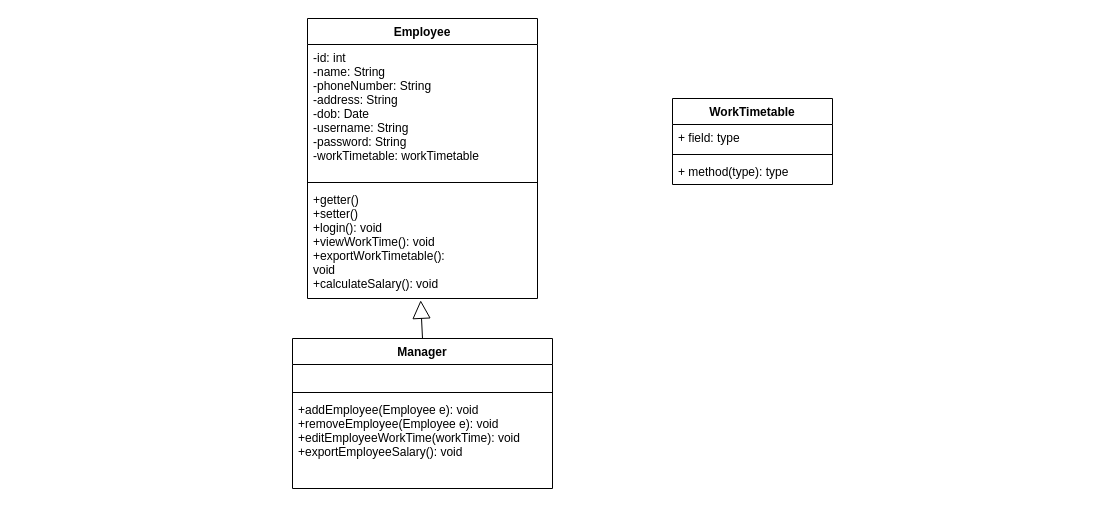
Above: Diagram/Class Diagram.drawio in hakunhan/employee_management (draw.io), before the change. Source tidied: cells renumbered, new cells numbered last; positions are measured from the earlier drawing's top-left corner, leaving out a move shared by most shapes. Both pictures are drawn from the tidied source at 100%, with x=0, y=0 at pixel (292, 18).
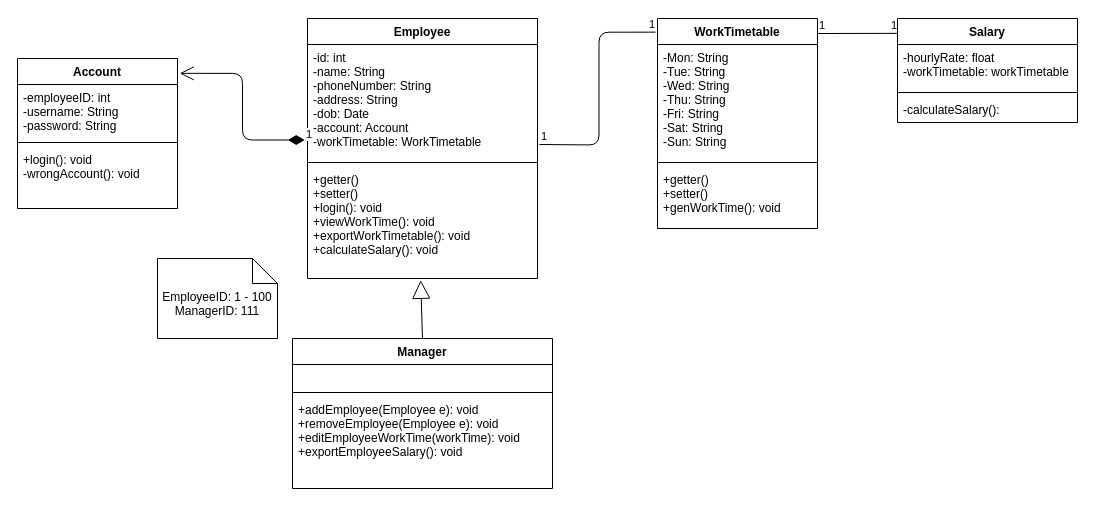
After the change.

Change to the diagram source:
```diff
@@
     <mxCell id="2" value="Employee" style="swimlane;fontStyle=1;align=center;verticalAlign=top;horizontal=1;startSize=26;" parent="1" vertex="1">
-      <mxGeometry x="15" width="230" height="280" as="geometry" />
+      <mxGeometry x="15" width="230" height="260" as="geometry" />
     </mxCell>
-    <mxCell id="3" value="-id: int&#10;-name: String &#10;-phoneNumber: String &#10;-address: String &#10;-dob: Date &#10;-username: String &#10;-password: String&#10;-workTimetable: workTimetable&#10;&#10;&#10;&#10;" style="text;strokeColor=none;fillColor=none;align=left;verticalAlign=top;spacingLeft=4;spacingRight=4;overflow=hidden;points=[[0,0.5],[1,0.5]];portConstraint=eastwest;labelBackgroundColor=#ffffff;" parent="2" vertex="1">
-      <mxGeometry y="26" width="230" height="134" as="geometry" />
+    <mxCell id="3" value="-id: int&#10;-name: String &#10;-phoneNumber: String &#10;-address: String &#10;-dob: Date &#10;-account: Account&#10;-workTimetable: WorkTimetable&#10;&#10;&#10;&#10;" style="text;strokeColor=none;fillColor=none;align=left;verticalAlign=top;spacingLeft=4;spacingRight=4;overflow=hidden;points=[[0,0.5],[1,0.5]];portConstraint=eastwest;labelBackgroundColor=#ffffff;" parent="2" vertex="1">
+      <mxGeometry y="26" width="230" height="114" as="geometry" />
     </mxCell>
     <mxCell id="4" style="line;strokeWidth=1;fillColor=none;align=left;verticalAlign=middle;spacingTop=-1;spacingLeft=3;spacingRight=3;labelPosition=right;" parent="2" vertex="1">
-      <mxGeometry y="160" width="230" height="8" as="geometry" />
+      <mxGeometry y="140" width="230" height="8" as="geometry" />
     </mxCell>
-    <mxCell id="5" value="+getter()&#10;+setter()&#10;+login(): void&#10;+viewWorkTime(): void&#10;+exportWorkTimetable():&#10;void&#10;+calculateSalary(): void&#10;" style="text;strokeColor=none;fillColor=none;align=left;verticalAlign=top;spacingLeft=4;spacingRight=4;overflow=hidden;points=[[0,0.5],[1,0.5]];portConstraint=eastwest;" parent="2" vertex="1">
-      <mxGeometry y="168" width="230" height="112" as="geometry" />
+    <mxCell id="5" value="+getter()&#10;+setter()&#10;+login(): void&#10;+viewWorkTime(): void&#10;+exportWorkTimetable(): void&#10;+calculateSalary(): void&#10;" style="text;strokeColor=none;fillColor=none;align=left;verticalAlign=top;spacingLeft=4;spacingRight=4;overflow=hidden;points=[[0,0.5],[1,0.5]];portConstraint=eastwest;" parent="2" vertex="1">
+      <mxGeometry y="148" width="230" height="112" as="geometry" />
     </mxCell>
@@
     <mxCell id="11" value="WorkTimetable" style="swimlane;fontStyle=1;align=center;verticalAlign=top;horizontal=1;startSize=26;labelBackgroundColor=#ffffff;" parent="1" vertex="1">
-      <mxGeometry x="380" y="80" width="160" height="86" as="geometry" />
+      <mxGeometry x="365" width="160" height="210" as="geometry" />
     </mxCell>
-    <mxCell id="12" value="+ field: type" style="text;strokeColor=none;fillColor=none;align=left;verticalAlign=top;spacingLeft=4;spacingRight=4;overflow=hidden;" parent="11" vertex="1">
-      <mxGeometry y="26" width="160" height="26" as="geometry" />
+    <mxCell id="12" value="-Mon: String&#10;-Tue: String&#10;-Wed: String&#10;-Thu: String&#10;-Fri: String&#10;-Sat: String&#10;-Sun: String&#10;" style="text;strokeColor=none;fillColor=none;align=left;verticalAlign=top;spacingLeft=4;spacingRight=4;overflow=hidden;" parent="11" vertex="1">
+      <mxGeometry y="26" width="160" height="114" as="geometry" />
     </mxCell>
     <mxCell id="13" style="line;strokeWidth=1;fillColor=none;align=left;verticalAlign=middle;spacingTop=-1;spacingLeft=3;spacingRight=3;labelPosition=right;" parent="11" vertex="1">
-      <mxGeometry y="52" width="160" height="8" as="geometry" />
+      <mxGeometry y="140" width="160" height="8" as="geometry" />
     </mxCell>
-    <mxCell id="14" value="+ method(type): type" style="text;strokeColor=none;fillColor=none;align=left;verticalAlign=top;spacingLeft=4;spacingRight=4;overflow=hidden;" parent="11" vertex="1">
-      <mxGeometry y="60" width="160" height="26" as="geometry" />
+    <mxCell id="14" value="+getter()&#10;+setter()&#10;+genWorkTime(): void&#10;" style="text;strokeColor=none;fillColor=none;align=left;verticalAlign=top;spacingLeft=4;spacingRight=4;overflow=hidden;" parent="11" vertex="1">
+      <mxGeometry y="148" width="160" height="62" as="geometry" />
     </mxCell>
+    <mxCell id="15" value="Account" style="swimlane;fontStyle=1;align=center;verticalAlign=top;horizontal=1;startSize=26;" parent="1" vertex="1">
+      <mxGeometry x="-275" y="40" width="160" height="150" as="geometry" />
+    </mxCell>
+    <mxCell id="16" value="-employeeID: int&#10;-username: String&#10;-password: String&#10;" style="text;strokeColor=none;fillColor=none;align=left;verticalAlign=top;spacingLeft=4;spacingRight=4;overflow=hidden;" parent="15" vertex="1">
+      <mxGeometry y="26" width="160" height="54" as="geometry" />
+    </mxCell>
+    <mxCell id="17" style="line;strokeWidth=1;fillColor=none;align=left;verticalAlign=middle;spacingTop=-1;spacingLeft=3;spacingRight=3;labelPosition=right;" parent="15" vertex="1">
+      <mxGeometry y="80" width="160" height="8" as="geometry" />
+    </mxCell>
+    <mxCell id="18" value="+login(): void&#10;-wrongAccount(): void" style="text;strokeColor=none;fillColor=none;align=left;verticalAlign=top;spacingLeft=4;spacingRight=4;overflow=hidden;" parent="15" vertex="1">
+      <mxGeometry y="88" width="160" height="62" as="geometry" />
+    </mxCell>
+    <mxCell id="19" value="&lt;div&gt;EmployeeID: 1 - 100&lt;/div&gt;&lt;div&gt;ManagerID: 111&lt;br&gt;&lt;/div&gt;" style="shape=note2;boundedLbl=1;whiteSpace=wrap;html=1;size=25;verticalAlign=top;align=center;" parent="1" vertex="1">
+      <mxGeometry x="-135" y="240" width="120" height="80" as="geometry" />
+    </mxCell>
+    <mxCell id="20" value="1" style="endArrow=open;html=1;endSize=12;startArrow=diamondThin;startSize=14;startFill=1;edgeStyle=orthogonalEdgeStyle;align=left;verticalAlign=bottom;entryX=1.014;entryY=0.099;entryDx=0;entryDy=0;entryPerimeter=0;exitX=-0.012;exitY=0.838;exitDx=0;exitDy=0;exitPerimeter=0;" parent="1" edge="1" source="3" target="15">
+      <mxGeometry x="-1" y="3" relative="1" as="geometry" />
+    </mxCell>
+    <mxCell id="21" style="endArrow=none;html=1;edgeStyle=orthogonalEdgeStyle;entryX=-0.012;entryY=0.065;entryDx=0;entryDy=0;entryPerimeter=0;" parent="1" edge="1" target="11">
+      <mxGeometry relative="1" as="geometry">
+        <mxPoint x="247" y="126" as="sourcePoint" />
+      </mxGeometry>
+    </mxCell>
+    <mxCell id="22" value="1" style="edgeLabel;html=1;align=left;verticalAlign=bottom;" parent="21" vertex="1">
+      <mxGeometry x="-1" relative="1" as="geometry" />
+    </mxCell>
+    <mxCell id="23" value="1" style="edgeLabel;html=1;align=right;verticalAlign=bottom;" parent="21" vertex="1">
+      <mxGeometry x="1" relative="1" as="geometry" />
+    </mxCell>
+    <mxCell id="24" value="Salary" style="swimlane;fontStyle=1;align=center;verticalAlign=top;horizontal=1;startSize=26;" parent="1" vertex="1">
+      <mxGeometry x="605" width="180" height="104" as="geometry" />
+    </mxCell>
+    <mxCell id="25" value="-hourlyRate: float&#10;-workTimetable: workTimetable&#10;" style="text;strokeColor=none;fillColor=none;align=left;verticalAlign=top;spacingLeft=4;spacingRight=4;overflow=hidden;" parent="24" vertex="1">
+      <mxGeometry y="26" width="180" height="44" as="geometry" />
+    </mxCell>
+    <mxCell id="26" style="line;strokeWidth=1;fillColor=none;align=left;verticalAlign=middle;spacingTop=-1;spacingLeft=3;spacingRight=3;labelPosition=right;" parent="24" vertex="1">
+      <mxGeometry y="70" width="180" height="8" as="geometry" />
+    </mxCell>
+    <mxCell id="27" value="-calculateSalary():" style="text;strokeColor=none;fillColor=none;align=left;verticalAlign=top;spacingLeft=4;spacingRight=4;overflow=hidden;" parent="24" vertex="1">
+      <mxGeometry y="78" width="180" height="26" as="geometry" />
+    </mxCell>
+    <mxCell id="28" style="endArrow=none;html=1;entryX=-0.002;entryY=0.143;entryDx=0;entryDy=0;entryPerimeter=0;" parent="1" edge="1" target="24">
+      <mxGeometry relative="1" as="geometry">
+        <mxPoint x="525" y="15" as="sourcePoint" />
+      </mxGeometry>
+    </mxCell>
+    <mxCell id="29" value="1" style="edgeLabel;html=1;align=left;verticalAlign=bottom;" parent="28" vertex="1">
+      <mxGeometry x="-1" relative="1" as="geometry" />
+    </mxCell>
+    <mxCell id="30" value="1" style="edgeLabel;html=1;align=right;verticalAlign=bottom;" parent="28" vertex="1">
+      <mxGeometry x="1" relative="1" as="geometry" />
+    </mxCell>
```
